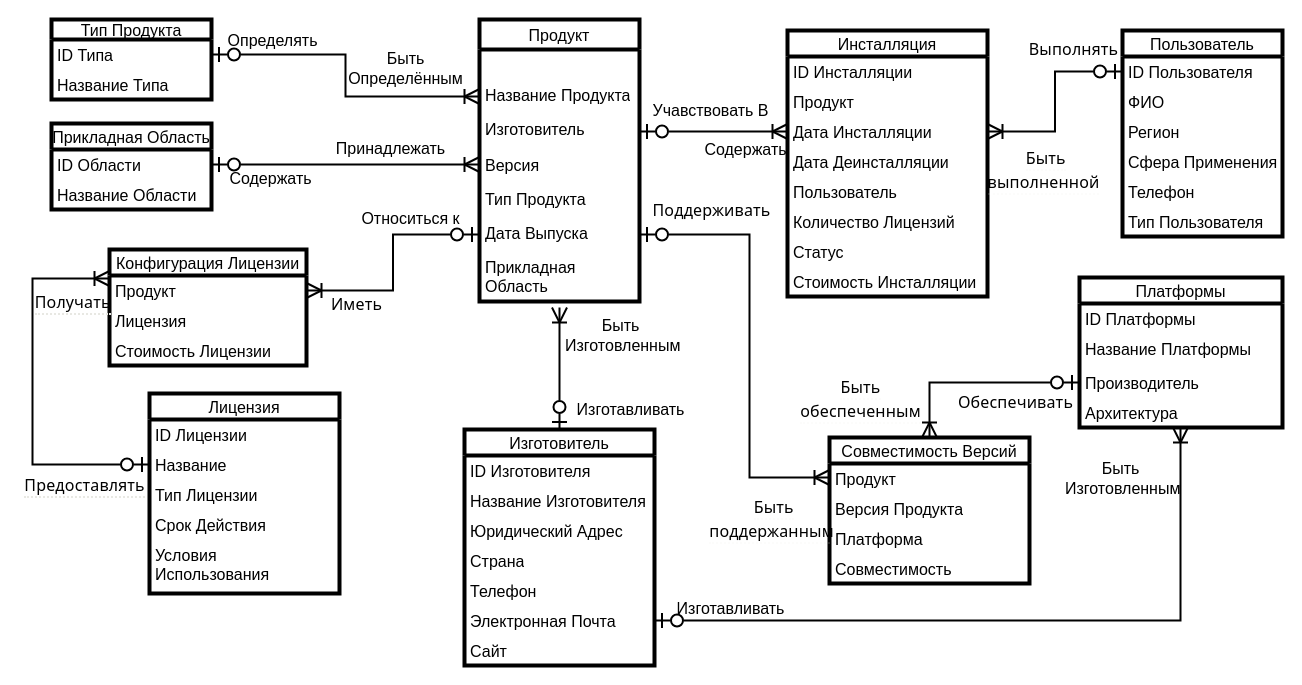
The draw.io diagram AccessDBs/Архипов/Работа 8 в23/Концепт-Диаграмма.drawio in JayStorm228/CollegeStudy, before the edit. Source tidied: cells renumbered, new cells numbered last; positions are measured from the earlier drawing's top-left corner, leaving out a move shared by most shapes. Both pictures are drawn from the tidied source at 100%, with x=0, y=0 at pixel (32, 19).
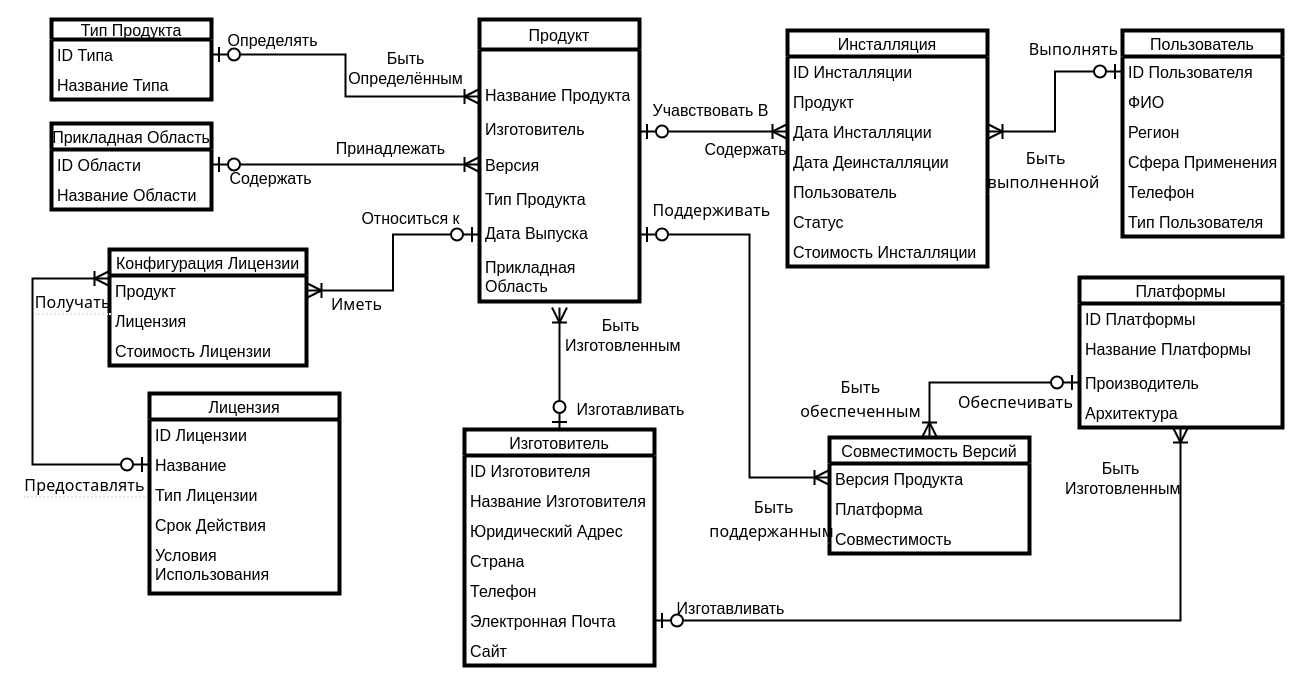
After the change.

What changed in the source:
```diff
@@
     <mxCell id="17" value="Инсталляция" style="swimlane;fontStyle=0;horizontal=1;startSize=26;align=center;fontSize=16;verticalAlign=middle;swimlaneFillColor=light-dark(transparent,#6E6E6E);fontFamily=Helvetica;rounded=0;strokeColor=light-dark(#000000,#000000);fontColor=default;labelBorderColor=none;fillColor=default;strokeWidth=4;" parent="1" vertex="1">
-      <mxGeometry x="755" y="11" width="200" height="266" as="geometry" />
+      <mxGeometry x="755" y="11" width="200" height="236" as="geometry" />
     </mxCell>
@@
-    <mxCell id="23" value="Количество Лицензий" style="text;spacingLeft=4;spacingRight=4;overflow=hidden;fontSize=16;whiteSpace=wrap;html=1;fontFamily=Helvetica;fontStyle=0;rounded=0;fontColor=default;labelBorderColor=none;strokeColor=light-dark(default, #0d0d0d);strokeWidth=6;" parent="17" vertex="1">
-      <mxGeometry y="176" width="200" height="30" as="geometry" />
-    </mxCell>
     <mxCell id="24" value="Статус" style="text;spacingLeft=4;spacingRight=4;overflow=hidden;fontSize=16;whiteSpace=wrap;html=1;fontFamily=Helvetica;fontStyle=0;rounded=0;fontColor=default;labelBorderColor=none;strokeColor=light-dark(default, #0d0d0d);strokeWidth=6;" parent="17" vertex="1">
-      <mxGeometry y="206" width="200" height="30" as="geometry" />
+      <mxGeometry y="176" width="200" height="30" as="geometry" />
     </mxCell>
     <mxCell id="25" value="Стоимость Инсталляции" style="text;spacingLeft=4;spacingRight=4;overflow=hidden;fontSize=16;whiteSpace=wrap;html=1;fontFamily=Helvetica;fontStyle=0;rounded=0;fontColor=default;labelBorderColor=none;strokeColor=light-dark(default, #0d0d0d);strokeWidth=6;" parent="17" vertex="1">
-      <mxGeometry y="236" width="200" height="30" as="geometry" />
+      <mxGeometry y="206" width="200" height="30" as="geometry" />
     </mxCell>
@@
     <mxCell id="45" value="Совместимость Версий" style="swimlane;fontStyle=0;horizontal=1;startSize=26;align=center;fontSize=16;verticalAlign=middle;swimlaneFillColor=light-dark(transparent,#6E6E6E);fontFamily=Helvetica;rounded=0;strokeColor=light-dark(#000000,#000000);fontColor=default;labelBorderColor=none;fillColor=default;strokeWidth=4;points=[[0,0,0,0,0],[0,0.25,0,0,0],[0,0.5,0,0,0],[0,0.75,0,0,0],[0,1,0,0,0],[0.25,0,0,0,0],[0.25,1,0,0,0],[0.5,0,0,0,0],[0.5,1,0,0,0],[0.75,0,0,0,0],[0.75,1,0,0,0],[1,0,0,0,0],[1,0.25,0,0,0],[1,0.5,0,0,0],[1,0.75,0,0,0],[1,1,0,0,0]];swimlaneLine=1;shadow=0;" parent="1" vertex="1">
-      <mxGeometry x="797" y="418" width="200" height="146" as="geometry" />
+      <mxGeometry x="797" y="418" width="200" height="116" as="geometry" />
     </mxCell>
-    <mxCell id="46" value="Продукт" style="text;spacingLeft=4;spacingRight=4;overflow=hidden;fontSize=16;whiteSpace=wrap;html=1;fontFamily=Helvetica;fontStyle=0;rounded=0;fontColor=default;labelBorderColor=none;strokeColor=light-dark(default, #0d0d0d);strokeWidth=6;" parent="45" vertex="1">
-      <mxGeometry y="26" width="200" height="30" as="geometry" />
-    </mxCell>
     <mxCell id="47" value="Версия Продукта" style="text;spacingLeft=4;spacingRight=4;overflow=hidden;fontSize=16;whiteSpace=wrap;html=1;fontFamily=Helvetica;fontStyle=0;rounded=0;fontColor=default;labelBorderColor=none;strokeColor=light-dark(default, #0d0d0d);strokeWidth=6;" parent="45" vertex="1">
-      <mxGeometry y="56" width="200" height="30" as="geometry" />
+      <mxGeometry y="26" width="200" height="30" as="geometry" />
     </mxCell>
     <mxCell id="48" value="Платформа" style="text;spacingLeft=4;spacingRight=4;overflow=hidden;fontSize=16;whiteSpace=wrap;html=1;fontFamily=Helvetica;fontStyle=0;rounded=0;fontColor=default;labelBorderColor=none;strokeColor=light-dark(default, #0d0d0d);strokeWidth=6;" parent="45" vertex="1">
-      <mxGeometry y="86" width="200" height="30" as="geometry" />
+      <mxGeometry y="56" width="200" height="30" as="geometry" />
     </mxCell>
     <mxCell id="49" value="Совместимость" style="text;spacingLeft=4;spacingRight=4;overflow=hidden;fontSize=16;whiteSpace=wrap;html=1;fontFamily=Helvetica;fontStyle=0;rounded=0;fontColor=default;labelBorderColor=none;strokeColor=light-dark(default, #0d0d0d);strokeWidth=6;" parent="45" vertex="1">
-      <mxGeometry y="116" width="200" height="30" as="geometry" />
+      <mxGeometry y="86" width="200" height="30" as="geometry" />
     </mxCell>
```
